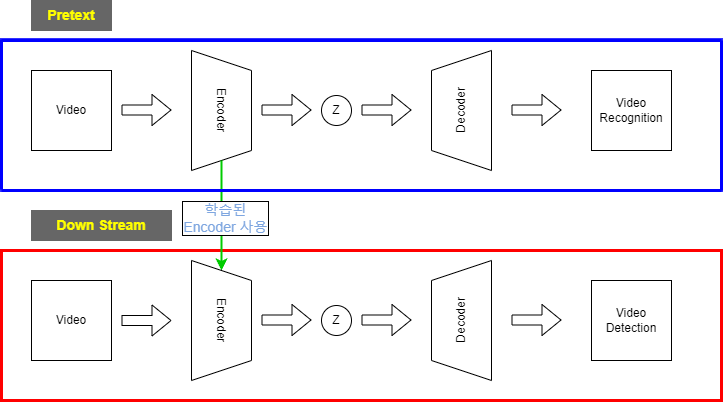
Earlier version of the draw.io export 연구주제.drawio.png (Kyoungrae-Noh/Self-Supervised-Learning). Source tidied: cells renumbered, new cells last; positions are measured from the earlier drawing's top-left corner, leaving out a move shared by most shapes.
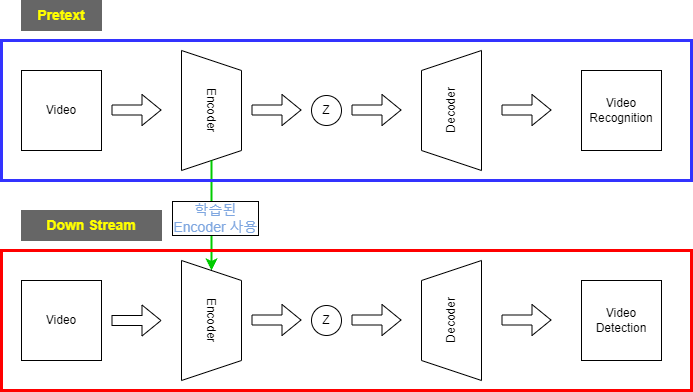
Above is the later version.

Commit message:
연구주제.drawio.png 업데이트

Diff of the diagram source:
```diff
@@ -2,9 +2,6 @@
   <root>
     <mxCell id="0" />
     <mxCell id="1" parent="0" />
-    <mxCell id="2" style="whiteSpace=wrap;html=1;strokeColor=#FF0000;strokeWidth=3;" parent="1" vertex="1">
-      <mxGeometry y="250" width="720" height="150" as="geometry" />
-    </mxCell>
     <mxCell id="3" value="Encoder" style="shape=trapezoid;perimeter=trapezoidPerimeter;whiteSpace=wrap;html=1;fixedSize=1;rotation=90;" parent="1" vertex="1">
       <mxGeometry x="160" y="80" width="120" height="60" as="geometry" />
     </mxCell>
@@ -99,32 +96,11 @@
         <mxPoint x="410" y="319.5" as="targetPoint" />
       </mxGeometry>
     </mxCell>
-    <mxCell id="25" style="group;fillColor=none;strokeColor=#3333FF;strokeWidth=3;fontColor=#3333FF;verticalAlign=top;" parent="1" vertex="1">
-      <mxGeometry y="39" width="720" height="151" as="geometry" />
-    </mxCell>
-    <mxCell id="26" style="endArrow=none;html=1;fontFamily=Helvetica;fontSize=14;fontColor=#7EA6E0;align=center;strokeColor=#0000FF;strokeWidth=3;fillColor=#FFFFFF;" parent="25" edge="1">
-      <mxGeometry relative="1" as="geometry">
-        <mxPoint y="151" as="sourcePoint" />
-        <mxPoint x="720" y="151" as="targetPoint" />
-      </mxGeometry>
-    </mxCell>
-    <mxCell id="27" style="endArrow=none;html=1;strokeWidth=3;rounded=1;fontSize=14;fontColor=#7EA6E0;fillColor=#FFFFFF;strokeColor=#0000FF;" parent="25" edge="1">
-      <mxGeometry relative="1" as="geometry">
-        <mxPoint x="720" y="151" as="sourcePoint" />
-        <mxPoint x="720" y="1" as="targetPoint" />
-      </mxGeometry>
-    </mxCell>
-    <mxCell id="28" style="endArrow=none;html=1;strokeWidth=3;rounded=1;fontSize=14;fontColor=#7EA6E0;fillColor=#FFFFFF;strokeColor=#0000FF;" parent="25" edge="1">
-      <mxGeometry relative="1" as="geometry">
-        <mxPoint y="150" as="sourcePoint" />
-        <mxPoint as="targetPoint" />
-      </mxGeometry>
-    </mxCell>
-    <mxCell id="29" style="endArrow=none;html=1;strokeWidth=3;rounded=1;fontSize=14;fontColor=#7EA6E0;fillColor=#FFFFFF;strokeColor=#0000FF;" parent="25" edge="1">
-      <mxGeometry relative="1" as="geometry">
-        <mxPoint x="720" y="1" as="sourcePoint" />
-        <mxPoint y="1" as="targetPoint" />
-      </mxGeometry>
-    </mxCell>
+    <mxCell id="30" style="rounded=0;whiteSpace=wrap;html=1;strokeColor=#FF0000;strokeWidth=3;fontColor=#3333FF;fillColor=none;labelBackgroundColor=#FFFFFF;" parent="1" vertex="1">
+      <mxGeometry x="10" y="250" width="690" height="140" as="geometry" />
+    </mxCell>
+    <mxCell id="31" style="rounded=0;whiteSpace=wrap;html=1;strokeColor=#3333FF;strokeWidth=3;fontColor=#3333FF;fillColor=none;labelBackgroundColor=#FFFFFF;" parent="1" vertex="1">
+      <mxGeometry x="10" y="40" width="690" height="140" as="geometry" />
+    </mxCell>
   </root>
 </mxGraphModel>
```
